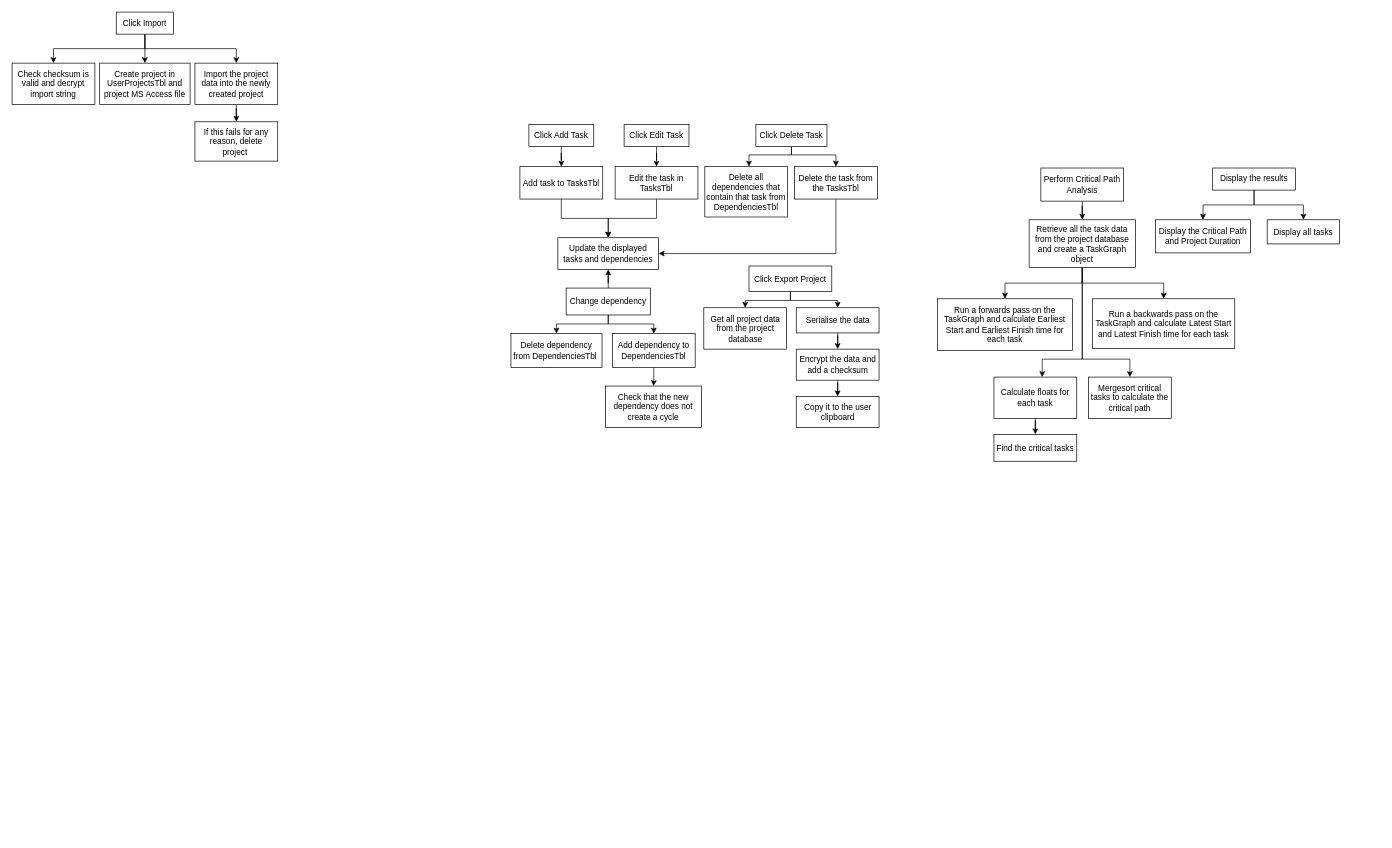
This is page "AbstractHeirarchyChart" (5 of 5) of Diagrams.drawio from Senacen/Critical-Path-Project-Manager-NEA-MS-Access, a draw.io file, before an edit. Source tidied: cells renumbered, new cells numbered last; positions are measured from the earlier drawing's top-left corner, leaving out a move shared by most shapes. Both pictures are drawn from the tidied source at 69%, with x=0, y=0 at pixel (12, 12).
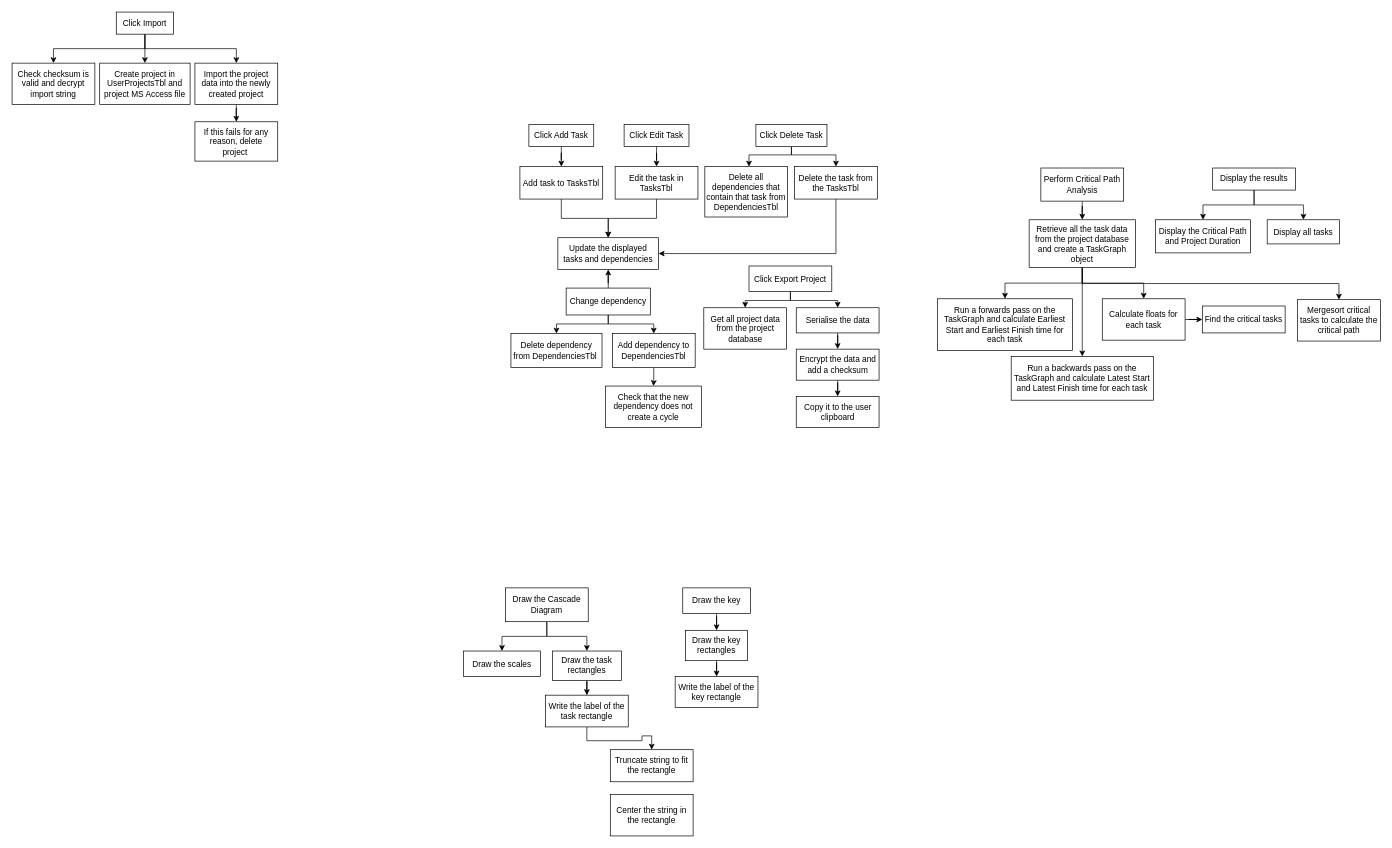
The same page after the edit.

Unchanged cells that the change refers to:
```xml
<mxCell id="49" value="Retrieve all the task data from the project database and create a TaskGraph object" style="rounded=0;whiteSpace=wrap;html=1;" parent="1" vertex="1">
  <mxGeometry x="1474" y="301" width="154" height="69" as="geometry" />
</mxCell>
```

What changed in the source:
```diff
@@
-    <mxCell id="46" style="edgeStyle=orthogonalEdgeStyle;rounded=0;jettySize=auto;html=1;" parent="1" edge="1" source="49" target="53">
+    <mxCell id="46" style="edgeStyle=orthogonalEdgeStyle;rounded=0;jettySize=auto;html=1;exitX=0.5;exitY=1;exitDx=0;exitDy=0;" parent="1" edge="1" source="49" target="53">
       <mxGeometry relative="1" as="geometry" />
     </mxCell>
-    <mxCell id="47" style="edgeStyle=orthogonalEdgeStyle;rounded=0;jettySize=auto;html=1;" parent="1" edge="1" source="49" target="52">
-      <mxGeometry relative="1" as="geometry">
-        <Array as="points">
-          <mxPoint x="1551" y="503" />
-          <mxPoint x="1493" y="503" />
-        </Array>
-      </mxGeometry>
+    <mxCell id="47" style="edgeStyle=orthogonalEdgeStyle;rounded=0;jettySize=auto;html=1;exitX=0.5;exitY=1;exitDx=0;exitDy=0;" parent="1" edge="1" source="49" target="52">
+      <mxGeometry relative="1" as="geometry" />
     </mxCell>
-    <mxCell id="48" style="edgeStyle=orthogonalEdgeStyle;rounded=0;jettySize=auto;html=1;" parent="1" edge="1" source="49" target="55">
-      <mxGeometry relative="1" as="geometry">
-        <Array as="points">
-          <mxPoint x="1551" y="503" />
-          <mxPoint x="1620" y="503" />
-        </Array>
-      </mxGeometry>
+    <mxCell id="48" style="edgeStyle=orthogonalEdgeStyle;rounded=0;jettySize=auto;html=1;exitX=0.5;exitY=1;exitDx=0;exitDy=0;" parent="1" edge="1" source="49" target="55">
+      <mxGeometry relative="1" as="geometry" />
     </mxCell>
@@
     <mxCell id="52" value="Calculate floats for each task" style="rounded=0;whiteSpace=wrap;html=1;" parent="1" vertex="1">
-      <mxGeometry x="1423" y="529" width="120" height="60" as="geometry" />
+      <mxGeometry x="1580" y="415.5" width="120" height="60" as="geometry" />
     </mxCell>
     <mxCell id="53" value="Run a backwards pass on the TaskGraph and calculate Latest Start and Latest Finish time for each task" style="rounded=0;whiteSpace=wrap;html=1;" parent="1" vertex="1">
-      <mxGeometry x="1566" y="415.5" width="206" height="72" as="geometry" />
+      <mxGeometry x="1448" y="499" width="206" height="63.5" as="geometry" />
     </mxCell>
     <mxCell id="54" value="Find the critical tasks" style="rounded=0;whiteSpace=wrap;html=1;" parent="1" vertex="1">
-      <mxGeometry x="1423" y="612" width="120" height="39" as="geometry" />
+      <mxGeometry x="1725" y="426" width="120" height="39" as="geometry" />
     </mxCell>
     <mxCell id="55" value="Mergesort critical tasks to calculate the critical path" style="rounded=0;whiteSpace=wrap;html=1;" parent="1" vertex="1">
-      <mxGeometry x="1560" y="529" width="120" height="60" as="geometry" />
+      <mxGeometry x="1863" y="416.8" width="120" height="60" as="geometry" />
     </mxCell>
@@
+    <mxCell id="61" style="edgeStyle=orthogonalEdgeStyle;rounded=0;jettySize=auto;html=1;" parent="1" edge="1" source="63" target="70">
+      <mxGeometry relative="1" as="geometry" />
+    </mxCell>
+    <mxCell id="62" style="edgeStyle=orthogonalEdgeStyle;rounded=0;jettySize=auto;html=1;" parent="1" edge="1" source="63" target="72">
+      <mxGeometry relative="1" as="geometry" />
+    </mxCell>
+    <mxCell id="63" value="Draw the Cascade Diagram" style="rounded=0;whiteSpace=wrap;html=1;" parent="1" vertex="1">
+      <mxGeometry x="715" y="834.5" width="120" height="49" as="geometry" />
+    </mxCell>
+    <mxCell id="64" style="edgeStyle=orthogonalEdgeStyle;rounded=0;jettySize=auto;html=1;" parent="1" edge="1" source="65" target="74">
+      <mxGeometry relative="1" as="geometry" />
+    </mxCell>
+    <mxCell id="65" value="Draw the key" style="rounded=0;whiteSpace=wrap;html=1;" parent="1" vertex="1">
+      <mxGeometry x="972" y="834.5" width="98" height="37" as="geometry" />
+    </mxCell>
+    <mxCell id="66" value="Truncate string to fit the rectangle" style="rounded=0;whiteSpace=wrap;html=1;" parent="1" vertex="1">
+      <mxGeometry x="867" y="1069" width="120" height="46.5" as="geometry" />
+    </mxCell>
+    <mxCell id="67" value="Center the string in the rectangle" style="rounded=0;whiteSpace=wrap;html=1;" parent="1" vertex="1">
+      <mxGeometry x="867" y="1134" width="120" height="60" as="geometry" />
+    </mxCell>
+    <mxCell id="68" style="edgeStyle=orthogonalEdgeStyle;rounded=0;jettySize=auto;html=1;" parent="1" edge="1" source="69" target="66">
+      <mxGeometry relative="1" as="geometry" />
+    </mxCell>
+    <mxCell id="69" value="Write the label of the task rectangle" style="rounded=0;whiteSpace=wrap;html=1;" parent="1" vertex="1">
+      <mxGeometry x="773" y="990" width="120" height="46" as="geometry" />
+    </mxCell>
+    <mxCell id="70" value="Draw the scales" style="rounded=0;whiteSpace=wrap;html=1;" parent="1" vertex="1">
+      <mxGeometry x="654" y="926" width="112" height="37" as="geometry" />
+    </mxCell>
+    <mxCell id="71" style="edgeStyle=orthogonalEdgeStyle;rounded=0;jettySize=auto;html=1;" parent="1" edge="1" source="72" target="69">
+      <mxGeometry relative="1" as="geometry" />
+    </mxCell>
+    <mxCell id="72" value="Draw the task rectangles" style="rounded=0;whiteSpace=wrap;html=1;" parent="1" vertex="1">
+      <mxGeometry x="783" y="926" width="100" height="42.5" as="geometry" />
+    </mxCell>
+    <mxCell id="73" style="edgeStyle=orthogonalEdgeStyle;rounded=0;jettySize=auto;html=1;" parent="1" edge="1" source="74" target="75">
+      <mxGeometry relative="1" as="geometry" />
+    </mxCell>
+    <mxCell id="74" value="Draw the key rectangles" style="rounded=0;whiteSpace=wrap;html=1;" parent="1" vertex="1">
+      <mxGeometry x="976" y="896" width="90" height="44" as="geometry" />
+    </mxCell>
+    <mxCell id="75" value="Write the label of the key rectangle" style="rounded=0;whiteSpace=wrap;html=1;" parent="1" vertex="1">
+      <mxGeometry x="961" y="963" width="120" height="45" as="geometry" />
+    </mxCell>
```
